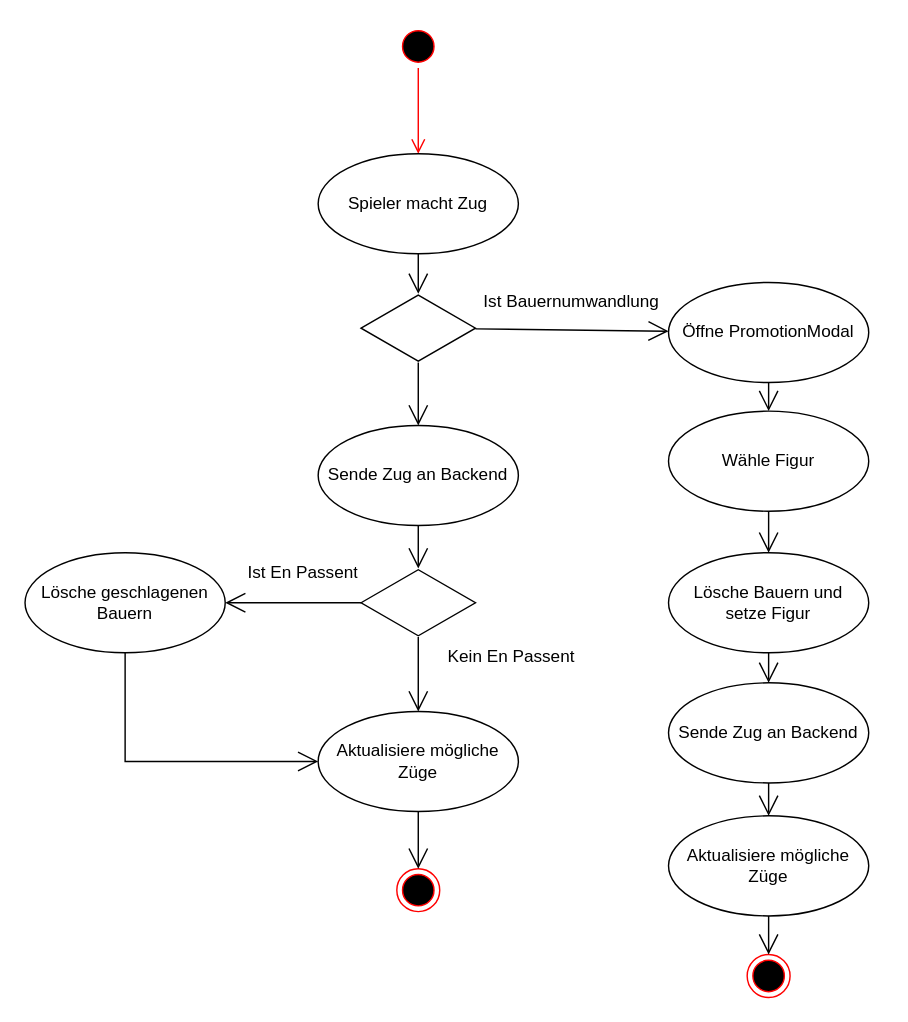
jasperfue/Gambit keeps this draw.io diagram as Bachelorarbeit/images/Interaktion Schach Zug.drawio. Above is the earlier version. Source tidied: cells renumbered, new cells numbered last; positions are measured from the earlier drawing's top-left corner, leaving out a move shared by most shapes. Both pictures are drawn from the tidied source at 143%, with x=0, y=0 at pixel (24, 24).
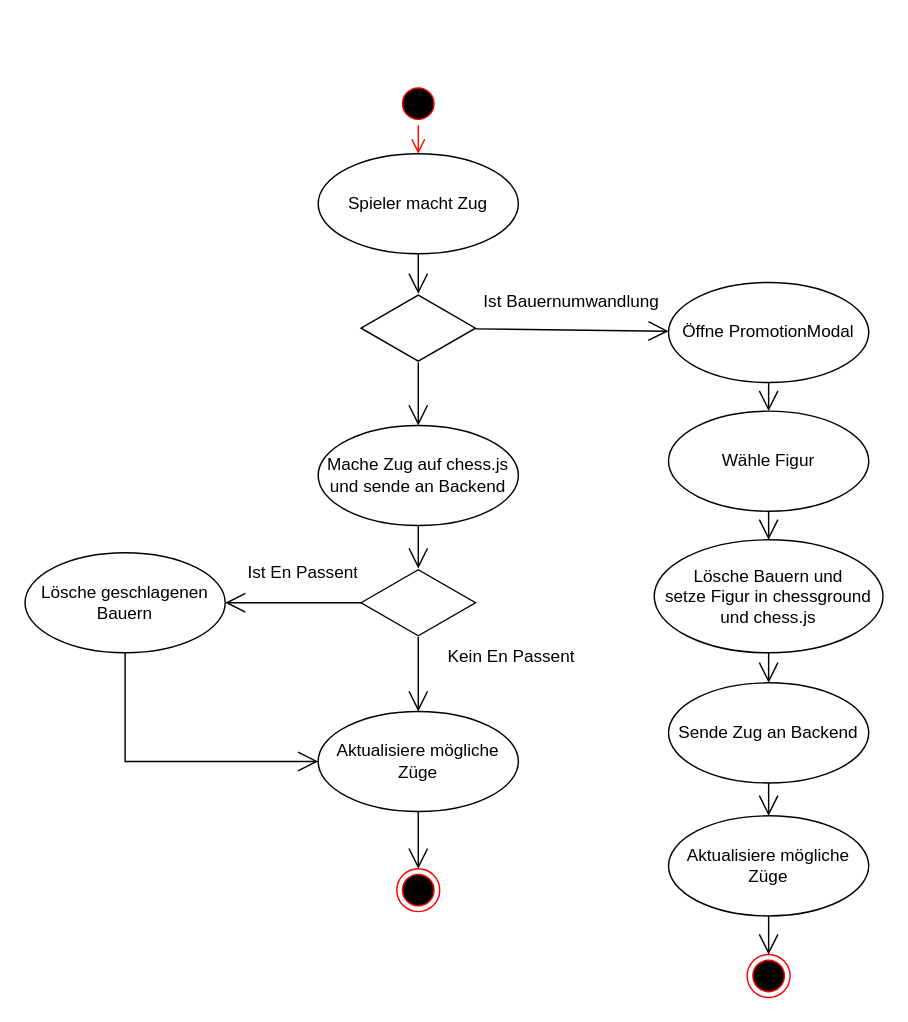
After the change.

What changed in the source:
```diff
@@
     <mxCell id="2" style="ellipse;html=1;shape=startState;fillColor=#000000;strokeColor=#ff0000;" parent="1" vertex="1">
-      <mxGeometry x="260" width="30" height="30" as="geometry" />
+      <mxGeometry x="260" y="40" width="30" height="30" as="geometry" />
     </mxCell>
@@
-    <mxCell id="11" value="Sende Zug an Backend" style="ellipse;whiteSpace=wrap;html=1;" parent="1" vertex="1">
+    <mxCell id="11" value="Mache Zug auf chess.js und sende an Backend" style="ellipse;whiteSpace=wrap;html=1;" parent="1" vertex="1">
       <mxGeometry x="205" y="280" width="140" height="70" as="geometry" />
     </mxCell>
@@
-    <mxCell id="24" value="Lösche Bauern und&lt;br&gt;setze Figur" style="ellipse;whiteSpace=wrap;html=1;" parent="1" vertex="1">
-      <mxGeometry x="450" y="369" width="140" height="70" as="geometry" />
+    <mxCell id="24" value="Lösche Bauern und&lt;br&gt;setze Figur in chessground und chess.js" style="ellipse;whiteSpace=wrap;html=1;" parent="1" vertex="1">
+      <mxGeometry x="440" y="360" width="160" height="79" as="geometry" />
     </mxCell>
```
